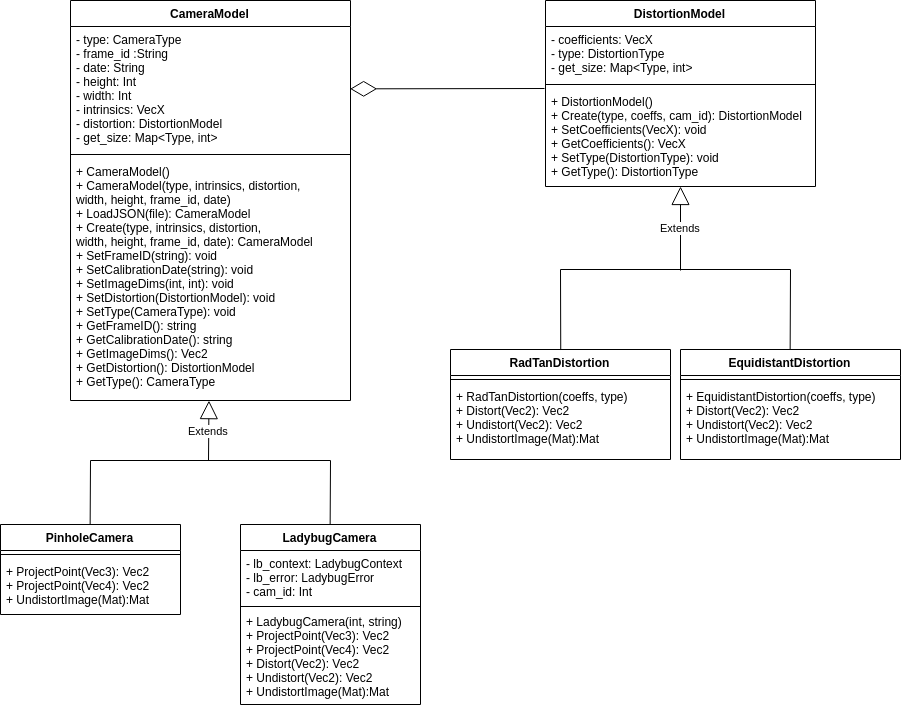
BEAMRobotics/libbeam keeps this draw.io diagram as beam_calibration/ClassDiagram.png. Above is the earlier version. Source tidied: cells renumbered, new cells last; positions are measured from the earlier drawing's top-left corner, leaving out a move shared by most shapes.
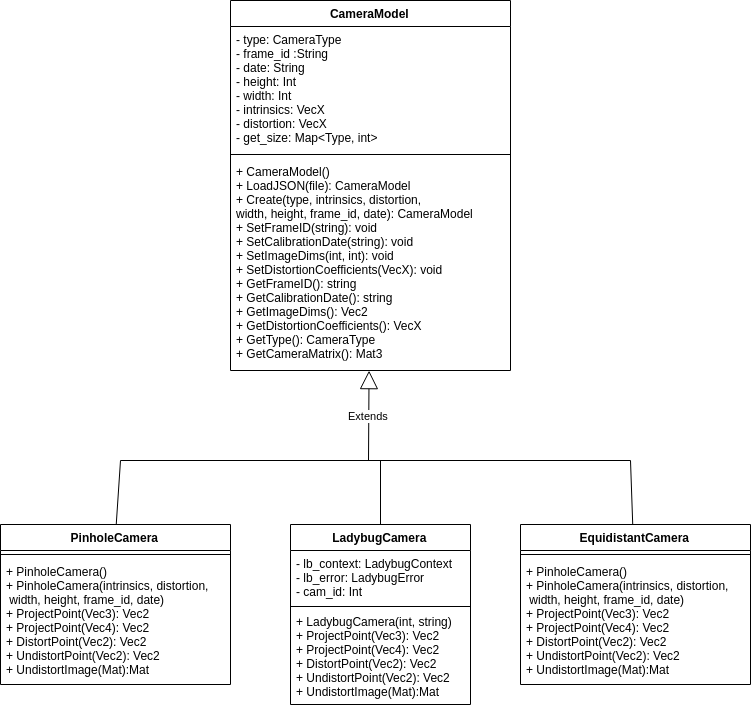
The same diagram one commit later.

Change to the diagram source:
```diff
@@ -3,89 +3,33 @@
     <mxCell id="0" />
     <mxCell id="1" parent="0" />
     <mxCell id="2" value="CameraModel" style="swimlane;fontStyle=1;align=center;verticalAlign=top;horizontal=1;startSize=26;" parent="1" vertex="1">
-      <mxGeometry x="70" width="280" height="400" as="geometry" />
+      <mxGeometry x="70" width="280" height="370" as="geometry" />
     </mxCell>
-    <mxCell id="3" value="- type: CameraType&#10;- frame_id :String&#10;- date: String&#10;- height: Int&#10;- width: Int&#10;- intrinsics: VecX&#10;- distortion: DistortionModel&#10;- get_size: Map&lt;Type, int&gt;&#10;" style="text;strokeColor=none;fillColor=none;align=left;verticalAlign=top;spacingLeft=4;spacingRight=4;overflow=hidden;points=[[0,0.5],[1,0.5]];portConstraint=eastwest;" parent="2" vertex="1">
+    <mxCell id="3" value="- type: CameraType&#10;- frame_id :String&#10;- date: String&#10;- height: Int&#10;- width: Int&#10;- intrinsics: VecX&#10;- distortion: VecX&#10;- get_size: Map&lt;Type, int&gt;&#10;" style="text;strokeColor=none;fillColor=none;align=left;verticalAlign=top;spacingLeft=4;spacingRight=4;overflow=hidden;points=[[0,0.5],[1,0.5]];portConstraint=eastwest;" parent="2" vertex="1">
       <mxGeometry y="26" width="280" height="124" as="geometry" />
     </mxCell>
     <mxCell id="4" style="line;strokeWidth=1;fillColor=none;align=left;verticalAlign=middle;spacingTop=-1;spacingLeft=3;spacingRight=3;labelPosition=right;" parent="2" vertex="1">
       <mxGeometry y="150" width="280" height="8" as="geometry" />
     </mxCell>
-    <mxCell id="5" value="+ CameraModel()&#10;+ CameraModel(type, intrinsics, distortion, &#10;width, height, frame_id, date)&#10;+ LoadJSON(file): CameraModel&#10;+ Create(type, intrinsics, distortion,&#10;width, height, frame_id, date): CameraModel&#10;+ SetFrameID(string): void&#10;+ SetCalibrationDate(string): void&#10;+ SetImageDims(int, int): void&#10;+ SetDistortion(DistortionModel): void&#10;+ SetType(CameraType): void&#10;+ GetFrameID(): string&#10;+ GetCalibrationDate(): string&#10;+ GetImageDims(): Vec2&#10;+ GetDistortion(): DistortionModel&#10;+ GetType(): CameraType&#10;" style="text;strokeColor=none;fillColor=none;align=left;verticalAlign=top;spacingLeft=4;spacingRight=4;overflow=hidden;points=[[0,0.5],[1,0.5]];portConstraint=eastwest;" parent="2" vertex="1">
-      <mxGeometry y="158" width="280" height="242" as="geometry" />
+    <mxCell id="5" value="+ CameraModel()&#10;+ LoadJSON(file): CameraModel&#10;+ Create(type, intrinsics, distortion,&#10;width, height, frame_id, date): CameraModel&#10;+ SetFrameID(string): void&#10;+ SetCalibrationDate(string): void&#10;+ SetImageDims(int, int): void&#10;+ SetDistortionCoefficients(VecX): void&#10;+ GetFrameID(): string&#10;+ GetCalibrationDate(): string&#10;+ GetImageDims(): Vec2&#10;+ GetDistortionCoefficients(): VecX&#10;+ GetType(): CameraType&#10;+ GetCameraMatrix(): Mat3&#10;" style="text;strokeColor=none;fillColor=none;align=left;verticalAlign=top;spacingLeft=4;spacingRight=4;overflow=hidden;points=[[0,0.5],[1,0.5]];portConstraint=eastwest;" parent="2" vertex="1">
+      <mxGeometry y="158" width="280" height="212" as="geometry" />
     </mxCell>
     <mxCell id="6" value="PinholeCamera" style="swimlane;fontStyle=1;align=center;verticalAlign=top;horizontal=1;startSize=26;" parent="1" vertex="1">
-      <mxGeometry y="524" width="180" height="90" as="geometry" />
+      <mxGeometry x="-160" y="524" width="230" height="160" as="geometry" />
     </mxCell>
     <mxCell id="7" style="line;strokeWidth=1;fillColor=none;align=left;verticalAlign=middle;spacingTop=-1;spacingLeft=3;spacingRight=3;labelPosition=right;" parent="6" vertex="1">
-      <mxGeometry y="26" width="180" height="8" as="geometry" />
+      <mxGeometry y="26" width="230" height="8" as="geometry" />
     </mxCell>
-    <mxCell id="8" value="+ ProjectPoint(Vec3): Vec2&#10;+ ProjectPoint(Vec4): Vec2&#10;+ UndistortImage(Mat):Mat&#10;" style="text;strokeColor=none;fillColor=none;align=left;verticalAlign=top;spacingLeft=4;spacingRight=4;overflow=hidden;" parent="6" vertex="1">
-      <mxGeometry y="34" width="180" height="56" as="geometry" />
+    <mxCell id="8" value="+ PinholeCamera()&#10;+ PinholeCamera(intrinsics, distortion,&#10; width, height, frame_id, date)&#10;+ ProjectPoint(Vec3): Vec2&#10;+ ProjectPoint(Vec4): Vec2&#10;+ DistortPoint(Vec2): Vec2&#10;+ UndistortPoint(Vec2): Vec2&#10;+ UndistortImage(Mat):Mat&#10;" style="text;strokeColor=none;fillColor=none;align=left;verticalAlign=top;spacingLeft=4;spacingRight=4;overflow=hidden;" parent="6" vertex="1">
+      <mxGeometry y="34" width="230" height="126" as="geometry" />
     </mxCell>
     <mxCell id="9" value="Extends" style="endArrow=block;endSize=16;endFill=0;html=1;entryX=0.494;entryY=0.999;entryDx=0;entryDy=0;entryPerimeter=0;" parent="1" edge="1" target="5">
       <mxGeometry relative="1" as="geometry">
         <mxPoint x="208" y="460" as="sourcePoint" />
       </mxGeometry>
     </mxCell>
-    <mxCell id="10" value="DistortionModel" style="swimlane;fontStyle=1;align=center;verticalAlign=top;horizontal=1;startSize=26;" parent="1" vertex="1">
-      <mxGeometry x="545" width="270" height="186" as="geometry" />
-    </mxCell>
-    <mxCell id="11" value="- coefficients: VecX&#10;- type: DistortionType&#10;- get_size: Map&lt;Type, int&gt;&#10;" style="text;strokeColor=none;fillColor=none;align=left;verticalAlign=top;spacingLeft=4;spacingRight=4;overflow=hidden;" parent="10" vertex="1">
-      <mxGeometry y="26" width="270" height="54" as="geometry" />
-    </mxCell>
-    <mxCell id="12" style="line;strokeWidth=1;fillColor=none;align=left;verticalAlign=middle;spacingTop=-1;spacingLeft=3;spacingRight=3;labelPosition=right;" parent="10" vertex="1">
-      <mxGeometry y="80" width="270" height="8" as="geometry" />
-    </mxCell>
-    <mxCell id="13" value="+ DistortionModel()&#10;+ Create(type, coeffs, cam_id): DistortionModel&#10;+ SetCoefficients(VecX): void&#10;+ GetCoefficients(): VecX&#10;+ SetType(DistortionType): void&#10;+ GetType(): DistortionType&#10;" style="text;strokeColor=none;fillColor=none;align=left;verticalAlign=top;spacingLeft=4;spacingRight=4;overflow=hidden;points=[[0,0.5],[1,0.5]];portConstraint=eastwest;" parent="10" vertex="1">
-      <mxGeometry y="88" width="270" height="98" as="geometry" />
-    </mxCell>
-    <mxCell id="14" style="endArrow=diamondThin;endFill=0;endSize=24;html=1;entryX=1;entryY=0.5;entryDx=0;entryDy=0;" parent="1" edge="1" target="3">
-      <mxGeometry relative="1" as="geometry">
-        <mxPoint x="544" y="88" as="sourcePoint" />
-      </mxGeometry>
-    </mxCell>
-    <mxCell id="15" value="RadTanDistortion" style="swimlane;fontStyle=1;align=center;verticalAlign=top;horizontal=1;startSize=26;" parent="1" vertex="1">
-      <mxGeometry x="450" y="349" width="220" height="110" as="geometry" />
-    </mxCell>
-    <mxCell id="16" style="line;strokeWidth=1;fillColor=none;align=left;verticalAlign=middle;spacingTop=-1;spacingLeft=3;spacingRight=3;labelPosition=right;" parent="15" vertex="1">
-      <mxGeometry y="26" width="220" height="8" as="geometry" />
-    </mxCell>
-    <mxCell id="17" value="+ RadTanDistortion(coeffs, type)&#10;+ Distort(Vec2): Vec2&#10;+ Undistort(Vec2): Vec2&#10;+ UndistortImage(Mat):Mat&#10;" style="text;strokeColor=none;fillColor=none;align=left;verticalAlign=top;spacingLeft=4;spacingRight=4;overflow=hidden;" parent="15" vertex="1">
-      <mxGeometry y="34" width="220" height="76" as="geometry" />
-    </mxCell>
-    <mxCell id="18" value="Extends" style="endArrow=block;endSize=16;endFill=0;html=1;" parent="1" edge="1" target="13">
-      <mxGeometry relative="1" as="geometry">
-        <mxPoint x="680" y="270" as="sourcePoint" />
-      </mxGeometry>
-    </mxCell>
-    <mxCell id="19" style="endArrow=none;html=1;" parent="1" edge="1">
-      <mxGeometry relative="1" as="geometry">
-        <mxPoint x="560" y="269" as="sourcePoint" />
-        <mxPoint x="790" y="269" as="targetPoint" />
-      </mxGeometry>
-    </mxCell>
-    <mxCell id="20" style="endArrow=none;html=1;exitX=0.5;exitY=0;exitDx=0;exitDy=0;" parent="1" edge="1" source="15">
-      <mxGeometry relative="1" as="geometry">
-        <mxPoint x="560" y="269" as="targetPoint" />
-      </mxGeometry>
-    </mxCell>
-    <mxCell id="21" value="EquidistantDistortion" style="swimlane;fontStyle=1;align=center;verticalAlign=top;horizontal=1;startSize=26;" parent="1" vertex="1">
-      <mxGeometry x="680" y="349" width="220" height="110" as="geometry" />
-    </mxCell>
-    <mxCell id="22" style="line;strokeWidth=1;fillColor=none;align=left;verticalAlign=middle;spacingTop=-1;spacingLeft=3;spacingRight=3;labelPosition=right;" parent="21" vertex="1">
-      <mxGeometry y="26" width="220" height="8" as="geometry" />
-    </mxCell>
-    <mxCell id="23" value="+ EquidistantDistortion(coeffs, type)&#10;+ Distort(Vec2): Vec2&#10;+ Undistort(Vec2): Vec2&#10;+ UndistortImage(Mat):Mat&#10;" style="text;strokeColor=none;fillColor=none;align=left;verticalAlign=top;spacingLeft=4;spacingRight=4;overflow=hidden;" parent="21" vertex="1">
-      <mxGeometry y="34" width="220" height="76" as="geometry" />
-    </mxCell>
-    <mxCell id="24" style="endArrow=none;html=1;exitX=0.5;exitY=0;exitDx=0;exitDy=0;" parent="1" edge="1" source="21">
-      <mxGeometry relative="1" as="geometry">
-        <mxPoint x="790" y="269" as="targetPoint" />
-      </mxGeometry>
-    </mxCell>
     <mxCell id="25" value="LadybugCamera" style="swimlane;fontStyle=1;align=center;verticalAlign=top;horizontal=1;startSize=26;" parent="1" vertex="1">
-      <mxGeometry x="240" y="524" width="180" height="180" as="geometry" />
+      <mxGeometry x="130" y="524" width="180" height="180" as="geometry" />
     </mxCell>
     <mxCell id="26" value="- lb_context: LadybugContext&#10;- lb_error: LadybugError&#10;- cam_id: Int&#10;" style="text;strokeColor=none;fillColor=none;align=left;verticalAlign=top;spacingLeft=4;spacingRight=4;overflow=hidden;" parent="25" vertex="1">
       <mxGeometry y="26" width="180" height="54" as="geometry" />
@@ -93,24 +37,38 @@
     <mxCell id="27" style="line;strokeWidth=1;fillColor=none;align=left;verticalAlign=middle;spacingTop=-1;spacingLeft=3;spacingRight=3;labelPosition=right;" parent="25" vertex="1">
       <mxGeometry y="80" width="180" height="4" as="geometry" />
     </mxCell>
-    <mxCell id="28" value="+ LadybugCamera(int, string)&#10;+ ProjectPoint(Vec3): Vec2&#10;+ ProjectPoint(Vec4): Vec2&#10;+ Distort(Vec2): Vec2&#10;+ Undistort(Vec2): Vec2&#10;+ UndistortImage(Mat):Mat&#10;" style="text;strokeColor=none;fillColor=none;align=left;verticalAlign=top;spacingLeft=4;spacingRight=4;overflow=hidden;" parent="25" vertex="1">
+    <mxCell id="28" value="+ LadybugCamera(int, string)&#10;+ ProjectPoint(Vec3): Vec2&#10;+ ProjectPoint(Vec4): Vec2&#10;+ DistortPoint(Vec2): Vec2&#10;+ UndistortPoint(Vec2): Vec2&#10;+ UndistortImage(Mat):Mat&#10;" style="text;strokeColor=none;fillColor=none;align=left;verticalAlign=top;spacingLeft=4;spacingRight=4;overflow=hidden;" parent="25" vertex="1">
       <mxGeometry y="84" width="180" height="96" as="geometry" />
     </mxCell>
     <mxCell id="29" style="endArrow=none;html=1;" parent="1" edge="1">
       <mxGeometry relative="1" as="geometry">
-        <mxPoint x="90" y="460" as="sourcePoint" />
-        <mxPoint x="330" y="460" as="targetPoint" />
+        <mxPoint x="-40" y="460" as="sourcePoint" />
+        <mxPoint x="470" y="460" as="targetPoint" />
       </mxGeometry>
     </mxCell>
     <mxCell id="30" style="endArrow=none;html=1;exitX=0.5;exitY=0;exitDx=0;exitDy=0;" parent="1" edge="1" source="6">
       <mxGeometry relative="1" as="geometry">
-        <mxPoint x="90" y="460" as="targetPoint" />
+        <mxPoint x="-40" y="460" as="targetPoint" />
       </mxGeometry>
     </mxCell>
     <mxCell id="31" style="endArrow=none;html=1;exitX=0.5;exitY=0;exitDx=0;exitDy=0;" parent="1" edge="1" source="25">
       <mxGeometry relative="1" as="geometry">
-        <mxPoint x="330" y="460" as="targetPoint" />
+        <mxPoint x="220" y="460" as="targetPoint" />
       </mxGeometry>
     </mxCell>
+    <mxCell id="32" value="EquidistantCamera" style="swimlane;fontStyle=1;align=center;verticalAlign=top;horizontal=1;startSize=26;" parent="1" vertex="1">
+      <mxGeometry x="360" y="524" width="230" height="160" as="geometry" />
+    </mxCell>
+    <mxCell id="33" style="line;strokeWidth=1;fillColor=none;align=left;verticalAlign=middle;spacingTop=-1;spacingLeft=3;spacingRight=3;labelPosition=right;" parent="32" vertex="1">
+      <mxGeometry y="26" width="230" height="8" as="geometry" />
+    </mxCell>
+    <mxCell id="34" value="+ PinholeCamera()&#10;+ PinholeCamera(intrinsics, distortion,&#10; width, height, frame_id, date)&#10;+ ProjectPoint(Vec3): Vec2&#10;+ ProjectPoint(Vec4): Vec2&#10;+ DistortPoint(Vec2): Vec2&#10;+ UndistortPoint(Vec2): Vec2&#10;+ UndistortImage(Mat):Mat&#10;" style="text;strokeColor=none;fillColor=none;align=left;verticalAlign=top;spacingLeft=4;spacingRight=4;overflow=hidden;" parent="32" vertex="1">
+      <mxGeometry y="34" width="230" height="126" as="geometry" />
+    </mxCell>
+    <mxCell id="35" style="endArrow=none;html=1;" parent="1" edge="1" source="32">
+      <mxGeometry relative="1" as="geometry">
+        <mxPoint x="470" y="460" as="targetPoint" />
+      </mxGeometry>
+    </mxCell>
   </root>
 </mxGraphModel>
```
